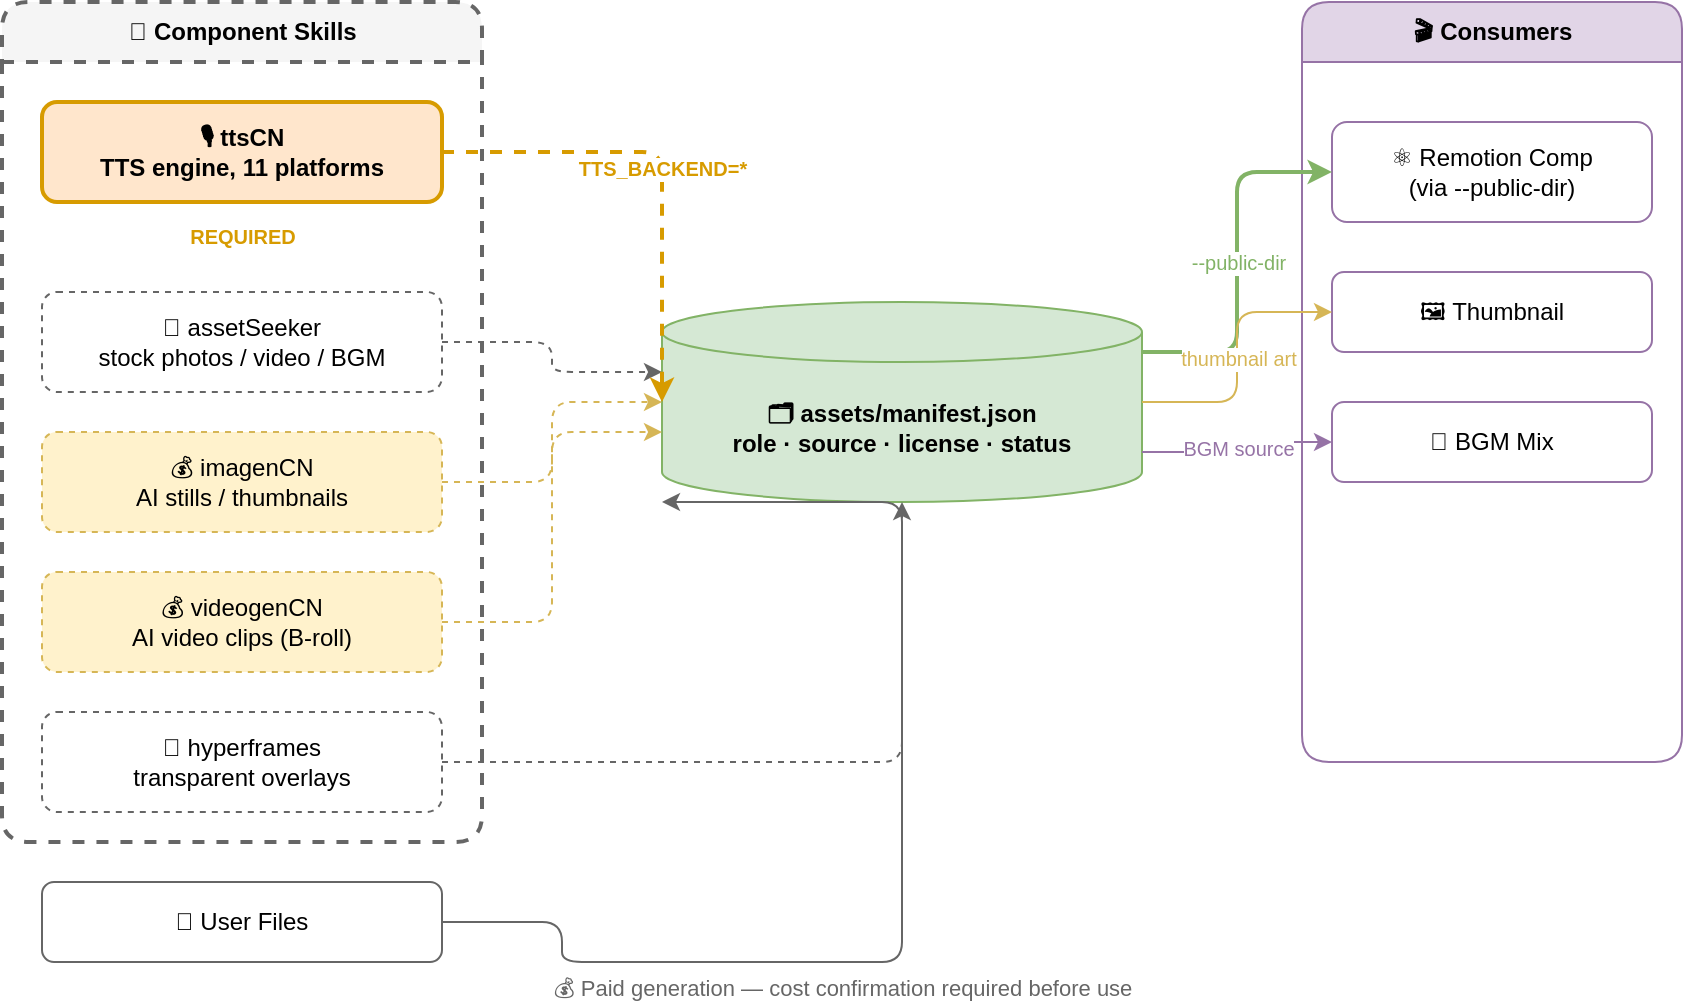
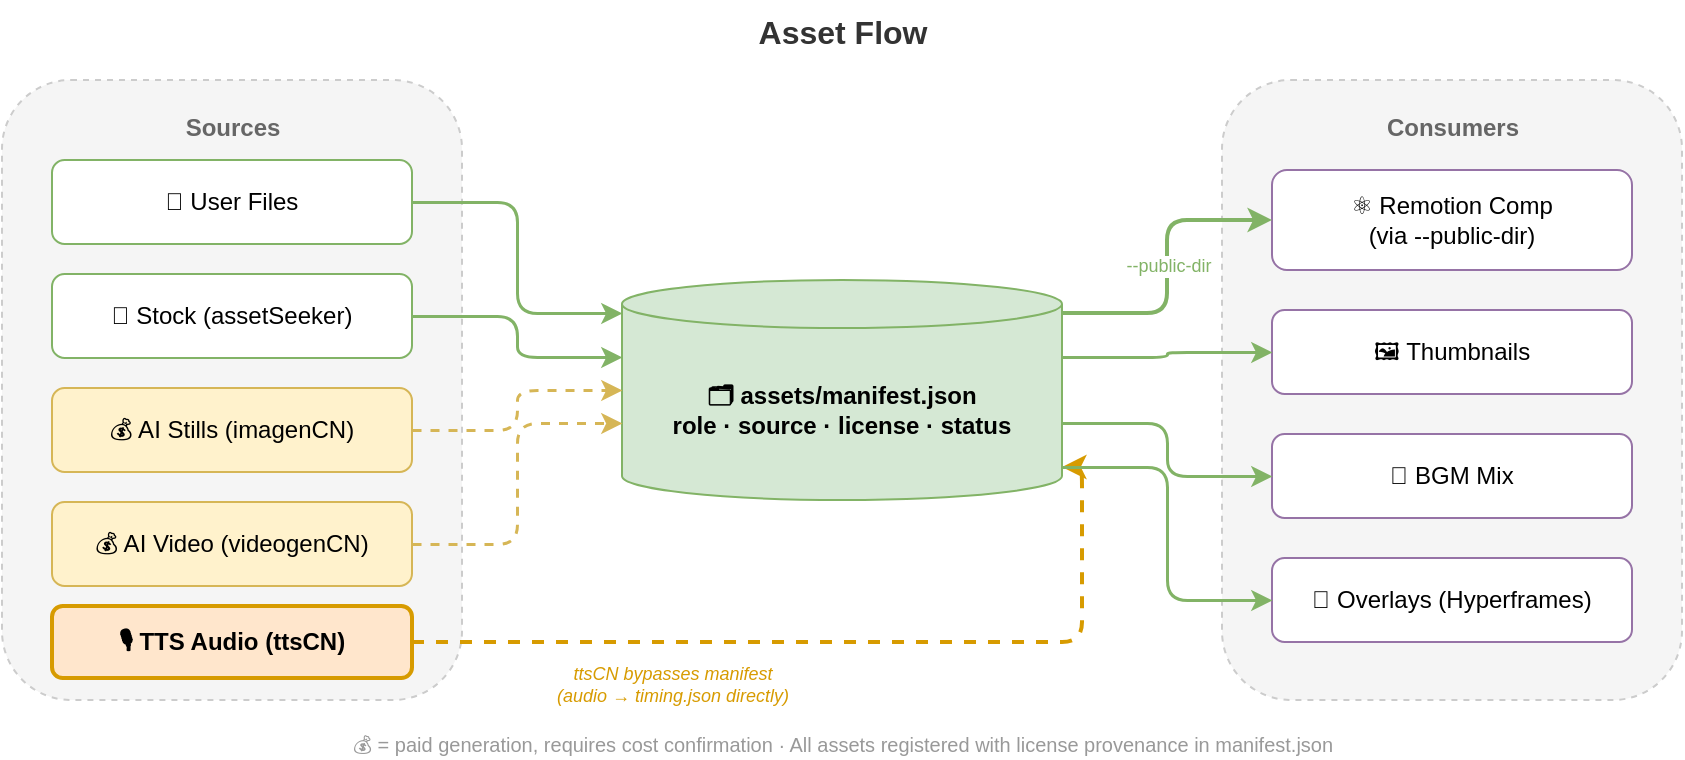
<?xml version="1.0" encoding="UTF-8"?>
<mxfile host="drawio" version="30.2.6">
-   <diagram name="assets">
-     <mxGraphModel dx="900" dy="550" grid="1" gridSize="10" page="1" pageWidth="900" pageHeight="550">
+   <diagram name="flow">
+     <mxGraphModel dx="900" dy="400" grid="1" gridSize="10" page="1" pageWidth="900" pageHeight="400">
      <root>
        <mxCell id="0" />
        <mxCell id="1" parent="0" />

-         <!-- Producers (left) -->
-         <mxCell id="producers" value="🧩 Component Skills" style="swimlane;startSize=30;html=1;rounded=1;fillColor=#f5f5f5;strokeColor=#666666;fontStyle=1;dashed=1;strokeWidth=2;" vertex="1" parent="1">
-           <mxGeometry x="30" y="40" width="240" height="420" as="geometry" />
+         <!-- Title -->
+         <mxCell id="title" value="Asset Flow" style="text;html=1;align=center;fontSize=16;fontStyle=1;fontColor=#333333;" vertex="1" parent="1">
+           <mxGeometry x="300" y="15" width="300" height="30" as="geometry" />
        </mxCell>

-         <!-- ttsCN (REQUIRED, solid) -->
-         <mxCell id="p_ttscn" value="🎙️ ttsCN&#xa;TTS engine, 11 platforms" style="rounded=1;whiteSpace=wrap;html=1;fillColor=#ffe6cc;strokeColor=#d79b00;strokeWidth=2;fontStyle=1;" vertex="1" parent="producers">
-           <mxGeometry x="20" y="50" width="200" height="50" as="geometry" />
+         <!-- Column 1: Sources -->
+         <mxCell id="sources_bg" value="" style="rounded=1;whiteSpace=wrap;html=1;fillColor=#f5f5f5;strokeColor=#cccccc;dashed=1;" vertex="1" parent="1">
+           <mxGeometry x="30" y="55" width="230" height="310" as="geometry" />
        </mxCell>
-         <mxCell id="p_ttscn_tag" value="REQUIRED" style="text;html=1;align=center;fontSize=10;fontColor=#d79b00;fontStyle=1;" vertex="1" parent="producers">
-           <mxGeometry x="20" y="105" width="200" height="16" as="geometry" />
+         <mxCell id="src_label" value="Sources" style="text;html=1;align=center;fontSize=12;fontStyle=1;fontColor=#666666;" vertex="1" parent="1">
+           <mxGeometry x="80" y="65" width="130" height="20" as="geometry" />
        </mxCell>

-         <!-- Optional producers -->
-         <mxCell id="p_seeker" value="🔎 assetSeeker&#xa;stock photos / video / BGM" style="rounded=1;whiteSpace=wrap;html=1;fillColor=#ffffff;strokeColor=#666666;dashed=1;" vertex="1" parent="producers">
-           <mxGeometry x="20" y="145" width="200" height="50" as="geometry" />
+         <mxCell id="src_user" value="📁 User Files" style="rounded=1;whiteSpace=wrap;html=1;fillColor=#ffffff;strokeColor=#82b366;fontSize=12;" vertex="1" parent="1">
+           <mxGeometry x="55" y="95" width="180" height="42" as="geometry" />
        </mxCell>
-         <mxCell id="p_imagen" value="💰 imagenCN&#xa;AI stills / thumbnails" style="rounded=1;whiteSpace=wrap;html=1;fillColor=#fff2cc;strokeColor=#d6b656;dashed=1;" vertex="1" parent="producers">
-           <mxGeometry x="20" y="215" width="200" height="50" as="geometry" />
+         <mxCell id="src_seeker" value="🔎 Stock (assetSeeker)" style="rounded=1;whiteSpace=wrap;html=1;fillColor=#ffffff;strokeColor=#82b366;fontSize=12;" vertex="1" parent="1">
+           <mxGeometry x="55" y="152" width="180" height="42" as="geometry" />
        </mxCell>
-         <mxCell id="p_videogen" value="💰 videogenCN&#xa;AI video clips (B-roll)" style="rounded=1;whiteSpace=wrap;html=1;fillColor=#fff2cc;strokeColor=#d6b656;dashed=1;" vertex="1" parent="producers">
-           <mxGeometry x="20" y="285" width="200" height="50" as="geometry" />
+         <mxCell id="src_imagen" value="💰 AI Stills (imagenCN)" style="rounded=1;whiteSpace=wrap;html=1;fillColor=#fff2cc;strokeColor=#d6b656;fontSize=12;" vertex="1" parent="1">
+           <mxGeometry x="55" y="209" width="180" height="42" as="geometry" />
        </mxCell>
-         <mxCell id="p_hyper" value="🌈 hyperframes&#xa;transparent overlays" style="rounded=1;whiteSpace=wrap;html=1;fillColor=#ffffff;strokeColor=#666666;dashed=1;" vertex="1" parent="producers">
-           <mxGeometry x="20" y="355" width="200" height="50" as="geometry" />
+         <mxCell id="src_videogen" value="💰 AI Video (videogenCN)" style="rounded=1;whiteSpace=wrap;html=1;fillColor=#fff2cc;strokeColor=#d6b656;fontSize=12;" vertex="1" parent="1">
+           <mxGeometry x="55" y="266" width="180" height="42" as="geometry" />
+         </mxCell>
+         <mxCell id="src_ttscn" value="🎙️ TTS Audio (ttsCN)" style="rounded=1;whiteSpace=wrap;html=1;fillColor=#ffe6cc;strokeColor=#d79b00;strokeWidth=2;fontSize=12;fontStyle=1;" vertex="1" parent="1">
+           <mxGeometry x="55" y="318" width="180" height="36" as="geometry" />
        </mxCell>

-         <!-- Also user files -->
-         <mxCell id="p_user" value="📁 User Files" style="rounded=1;whiteSpace=wrap;html=1;fillColor=#ffffff;strokeColor=#666666;" vertex="1" parent="1">
-           <mxGeometry x="50" y="480" width="200" height="40" as="geometry" />
+         <!-- Column 2: Manifest -->
+         <mxCell id="manifest" value="🗂️ assets/manifest.json&#xa;role · source · license · status" style="shape=cylinder3;whiteSpace=wrap;html=1;fillColor=#d5e8d4;strokeColor=#82b366;boundedLbl=1;fontStyle=1;size=12;" vertex="1" parent="1">
+           <mxGeometry x="340" y="155" width="220" height="110" as="geometry" />
        </mxCell>

-         <!-- Manifest (center) -->
-         <mxCell id="manifest" value="🗂️ assets/manifest.json&#xa;role · source · license · status" style="shape=cylinder3;whiteSpace=wrap;html=1;fillColor=#d5e8d4;strokeColor=#82b366;boundedLbl=1;fontStyle=1;size=15;" vertex="1" parent="1">
-           <mxGeometry x="360" y="190" width="240" height="100" as="geometry" />
+         <!-- Column 3: Consumers -->
+         <mxCell id="cons_bg" value="" style="rounded=1;whiteSpace=wrap;html=1;fillColor=#f5f5f5;strokeColor=#cccccc;dashed=1;" vertex="1" parent="1">
+           <mxGeometry x="640" y="55" width="230" height="310" as="geometry" />
+         </mxCell>
+         <mxCell id="cons_label" value="Consumers" style="text;html=1;align=center;fontSize=12;fontStyle=1;fontColor=#666666;" vertex="1" parent="1">
+           <mxGeometry x="690" y="65" width="130" height="20" as="geometry" />
        </mxCell>

-         <!-- Consumers (right) -->
-         <mxCell id="consumers" value="🎬 Consumers" style="swimlane;startSize=30;html=1;rounded=1;fillColor=#e1d5e7;strokeColor=#9673a6;fontStyle=1;" vertex="1" parent="1">
-           <mxGeometry x="680" y="40" width="190" height="380" as="geometry" />
+         <mxCell id="cons_remotion" value="⚛️ Remotion Comp&#xa;(via --public-dir)" style="rounded=1;whiteSpace=wrap;html=1;fillColor=#ffffff;strokeColor=#9673a6;fontSize=12;" vertex="1" parent="1">
+           <mxGeometry x="665" y="100" width="180" height="50" as="geometry" />
        </mxCell>
-         <mxCell id="c_remotion" value="⚛️ Remotion Comp&#xa;(via --public-dir)" style="rounded=1;whiteSpace=wrap;html=1;fillColor=#ffffff;strokeColor=#9673a6;" vertex="1" parent="consumers">
-           <mxGeometry x="15" y="60" width="160" height="50" as="geometry" />
+         <mxCell id="cons_thumb" value="🖼️ Thumbnails" style="rounded=1;whiteSpace=wrap;html=1;fillColor=#ffffff;strokeColor=#9673a6;fontSize=12;" vertex="1" parent="1">
+           <mxGeometry x="665" y="170" width="180" height="42" as="geometry" />
        </mxCell>
-         <mxCell id="c_thumb" value="🖼️ Thumbnail" style="rounded=1;whiteSpace=wrap;html=1;fillColor=#ffffff;strokeColor=#9673a6;" vertex="1" parent="consumers">
-           <mxGeometry x="15" y="135" width="160" height="40" as="geometry" />
+         <mxCell id="cons_bgm" value="🎵 BGM Mix" style="rounded=1;whiteSpace=wrap;html=1;fillColor=#ffffff;strokeColor=#9673a6;fontSize=12;" vertex="1" parent="1">
+           <mxGeometry x="665" y="232" width="180" height="42" as="geometry" />
        </mxCell>
-         <mxCell id="c_bgm" value="🎵 BGM Mix" style="rounded=1;whiteSpace=wrap;html=1;fillColor=#ffffff;strokeColor=#9673a6;" vertex="1" parent="consumers">
-           <mxGeometry x="15" y="200" width="160" height="40" as="geometry" />
+         <mxCell id="cons_overlay" value="🌈 Overlays (Hyperframes)" style="rounded=1;whiteSpace=wrap;html=1;fillColor=#ffffff;strokeColor=#9673a6;fontSize=12;" vertex="1" parent="1">
+           <mxGeometry x="665" y="294" width="180" height="42" as="geometry" />
        </mxCell>

-         <!-- Producer → manifest arrows (fan-in) -->
-         <mxCell id="ea_seeker" style="edgeStyle=orthogonalEdgeStyle;rounded=1;html=1;exitX=1;exitY=0.5;entryX=0;entryY=0.35;dashed=1;strokeColor=#666666;" edge="1" parent="1" source="p_seeker" target="manifest">
+         <!-- Arrows: Sources → Manifest (fan-in) -->
+         <mxCell id="a1" style="edgeStyle=orthogonalEdgeStyle;rounded=1;html=1;exitX=1;exitY=0.5;entryX=0;entryY=0.15;strokeWidth=1.5;strokeColor=#82b366;" edge="1" parent="1" source="src_user" target="manifest">
          <mxGeometry relative="1" as="geometry" />
        </mxCell>
-         <mxCell id="ea_imagen" style="edgeStyle=orthogonalEdgeStyle;rounded=1;html=1;exitX=1;exitY=0.5;entryX=0;entryY=0.5;dashed=1;strokeColor=#d6b656;" edge="1" parent="1" source="p_imagen" target="manifest">
+         <mxCell id="a2" style="edgeStyle=orthogonalEdgeStyle;rounded=1;html=1;exitX=1;exitY=0.5;entryX=0;entryY=0.35;strokeWidth=1.5;strokeColor=#82b366;" edge="1" parent="1" source="src_seeker" target="manifest">
          <mxGeometry relative="1" as="geometry" />
        </mxCell>
-         <mxCell id="ea_videogen" style="edgeStyle=orthogonalEdgeStyle;rounded=1;html=1;exitX=1;exitY=0.5;entryX=0;entryY=0.65;dashed=1;strokeColor=#d6b656;" edge="1" parent="1" source="p_videogen" target="manifest">
+         <mxCell id="a3" style="edgeStyle=orthogonalEdgeStyle;rounded=1;html=1;exitX=1;exitY=0.5;entryX=0;entryY=0.5;strokeWidth=1.5;strokeColor=#d6b656;dashed=1;" edge="1" parent="1" source="src_imagen" target="manifest">
          <mxGeometry relative="1" as="geometry" />
        </mxCell>
-         <mxCell id="ea_hyper" style="edgeStyle=orthogonalEdgeStyle;rounded=1;html=1;exitX=1;exitY=0.5;entryX=0.5;entryY=1;dashed=1;strokeColor=#666666;" edge="1" parent="1" source="p_hyper" target="manifest">
+         <mxCell id="a4" style="edgeStyle=orthogonalEdgeStyle;rounded=1;html=1;exitX=1;exitY=0.5;entryX=0;entryY=0.65;strokeWidth=1.5;strokeColor=#d6b656;dashed=1;" edge="1" parent="1" source="src_videogen" target="manifest">
          <mxGeometry relative="1" as="geometry" />
        </mxCell>
-         <mxCell id="ea_user" style="edgeStyle=orthogonalEdgeStyle;rounded=1;html=1;exitX=1;exitY=0.5;entryX=0;entryY=1;strokeColor=#666666;" edge="1" parent="1" source="p_user" target="manifest">
-           <mxGeometry relative="1" as="geometry">
-             <Array as="points">
-               <mxPoint x="310" y="500" />
-               <mxPoint x="310" y="520" />
-               <mxPoint x="480" y="520" />
-             </Array>
-           </mxGeometry>
-         </mxCell>
- 
-         <!-- Manifest → consumer arrows (fan-out) -->
-         <mxCell id="ec_remotion" value="--public-dir" style="edgeStyle=orthogonalEdgeStyle;rounded=1;html=1;exitX=1;exitY=0.25;entryX=0;entryY=0.5;strokeWidth=2;strokeColor=#82b366;fontColor=#82b366;labelBackgroundColor=#ffffff;fontSize=10;" edge="1" parent="1" source="manifest" target="c_remotion">
-           <mxGeometry relative="1" as="geometry" />
-         </mxCell>
-         <mxCell id="ec_thumb" value="thumbnail art" style="edgeStyle=orthogonalEdgeStyle;rounded=1;html=1;exitX=1;exitY=0.5;entryX=0;entryY=0.5;strokeColor=#d6b656;fontColor=#d6b656;labelBackgroundColor=#ffffff;fontSize=10;" edge="1" parent="1" source="manifest" target="c_thumb">
-           <mxGeometry relative="1" as="geometry" />
-         </mxCell>
-         <mxCell id="ec_bgm" value="BGM source" style="edgeStyle=orthogonalEdgeStyle;rounded=1;html=1;exitX=1;exitY=0.75;entryX=0;entryY=0.5;strokeColor=#9673a6;fontColor=#9673a6;labelBackgroundColor=#ffffff;fontSize=10;" edge="1" parent="1" source="manifest" target="c_bgm">
+         <mxCell id="a5" style="edgeStyle=orthogonalEdgeStyle;rounded=1;html=1;exitX=1;exitY=0.5;entryX=1;entryY=0.85;strokeWidth=2;strokeColor=#d79b00;dashed=1;" edge="1" parent="1" source="src_ttscn" target="manifest">
          <mxGeometry relative="1" as="geometry" />
        </mxCell>

-         <!-- ttsCN bypass -->
-         <mxCell id="e_ttscn" value="TTS_BACKEND=*" style="edgeStyle=orthogonalEdgeStyle;rounded=1;html=1;exitX=1;exitY=0.5;entryX=0;entryY=0.5;dashed=1;strokeColor=#d79b00;strokeWidth=2;fontColor=#d79b00;labelBackgroundColor=#ffffff;fontSize=10;fontStyle=1;" edge="1" parent="1" source="p_ttscn" target="manifest">
-           <mxGeometry relative="1" as="geometry">
-             <Array as="points">
-               <mxPoint x="310" y="115" />
-               <mxPoint x="310" y="115" />
-             </Array>
-           </mxGeometry>
+         <!-- Arrows: Manifest → Consumers (fan-out) -->
+         <mxCell id="b1" value="--public-dir" style="edgeStyle=orthogonalEdgeStyle;rounded=1;html=1;exitX=1;exitY=0.15;entryX=0;entryY=0.5;strokeWidth=2;strokeColor=#82b366;fontColor=#82b366;labelBackgroundColor=#ffffff;fontSize=9;" edge="1" parent="1" source="manifest" target="cons_remotion">
+           <mxGeometry relative="1" as="geometry" />
+         </mxCell>
+         <mxCell id="b2" style="edgeStyle=orthogonalEdgeStyle;rounded=1;html=1;exitX=1;exitY=0.35;entryX=0;entryY=0.5;strokeWidth=1.5;strokeColor=#82b366;" edge="1" parent="1" source="manifest" target="cons_thumb">
+           <mxGeometry relative="1" as="geometry" />
+         </mxCell>
+         <mxCell id="b3" style="edgeStyle=orthogonalEdgeStyle;rounded=1;html=1;exitX=1;exitY=0.65;entryX=0;entryY=0.5;strokeWidth=1.5;strokeColor=#82b366;" edge="1" parent="1" source="manifest" target="cons_bgm">
+           <mxGeometry relative="1" as="geometry" />
+         </mxCell>
+         <mxCell id="b4" style="edgeStyle=orthogonalEdgeStyle;rounded=1;html=1;exitX=1;exitY=0.85;entryX=0;entryY=0.5;strokeWidth=1.5;strokeColor=#82b366;" edge="1" parent="1" source="manifest" target="cons_overlay">
+           <mxGeometry relative="1" as="geometry" />
+         </mxCell>
+ 
+         <!-- TTS bypass note -->
+         <mxCell id="bypass_note" value="ttsCN bypasses manifest&#xa;(audio → timing.json directly)" style="text;html=1;align=center;fontSize=9;fontColor=#d79b00;fontStyle=2;" vertex="1" parent="1">
+           <mxGeometry x="280" y="340" width="170" height="30" as="geometry" />
        </mxCell>

        <!-- Footer -->
-         <mxCell id="note1" value="💰 Paid generation — cost confirmation required before use" style="text;html=1;align=center;fontSize=11;fontColor=#666666;" vertex="1" parent="1">
-           <mxGeometry x="200" y="520" width="500" height="20" as="geometry" />
+         <mxCell id="footer" value="💰 = paid generation, requires cost confirmation · All assets registered with license provenance in manifest.json" style="text;html=1;align=center;fontSize=10;fontColor=#999999;" vertex="1" parent="1">
+           <mxGeometry x="150" y="375" width="600" height="18" as="geometry" />
        </mxCell>
      </root>
    </mxGraphModel>
  </diagram>
</mxfile>
